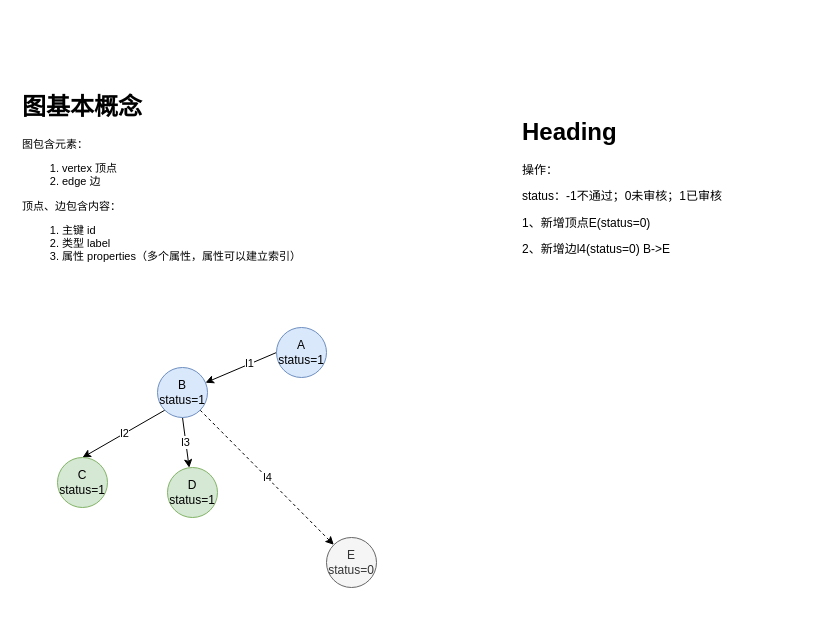
Earlier version of the draw.io diagram graph/graph crud.drawio (diaohancai/diagrams). Source tidied: cells renumbered, new cells numbered last; positions are measured from the earlier drawing's top-left corner, leaving out a move shared by most shapes. Both pictures are drawn from the tidied source at 100%, with x=0, y=0 at pixel (17, 87).
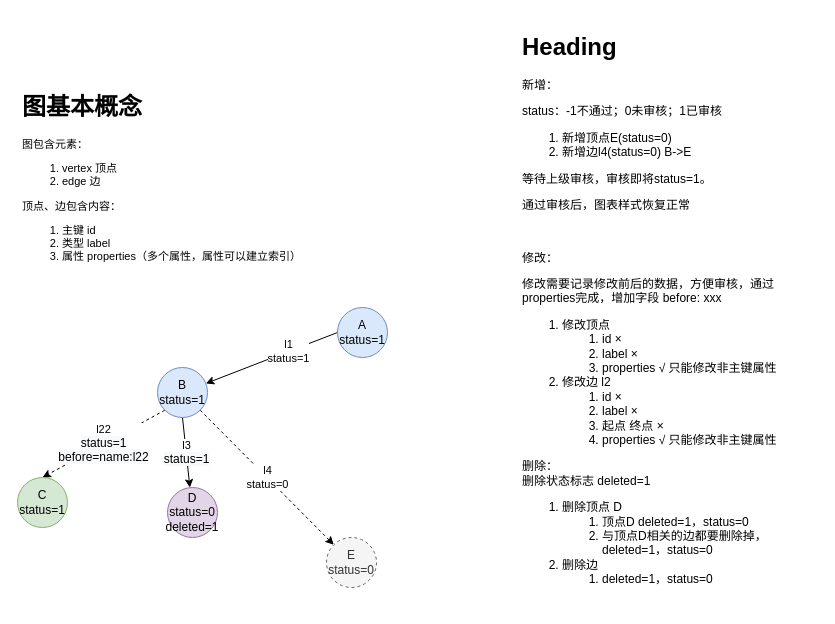
The same page after the edit.

Change to the diagram source:
```diff
@@
 <mxGraphModel>
   <root>
     <mxCell id="0" />
     <mxCell id="1" parent="0" />
-    <mxCell id="2" value="l2" style="rounded=0;jettySize=auto;html=1;exitX=0;exitY=1;exitDx=0;exitDy=0;entryX=0.5;entryY=0;entryDx=0;entryDy=0;" parent="1" edge="1" source="5" target="6">
+    <mxCell id="2" value="l22&lt;br&gt;&lt;span style=&quot;font-size: 12px ; background-color: rgb(248 , 249 , 250)&quot;&gt;status=1&lt;br&gt;before=name:l22&lt;br&gt;&lt;/span&gt;" style="rounded=0;jettySize=auto;html=1;exitX=0;exitY=1;exitDx=0;exitDy=0;entryX=0.5;entryY=0;entryDx=0;entryDy=0;dashed=1;" parent="1" edge="1" source="5" target="6">
       <mxGeometry relative="1" as="geometry" />
     </mxCell>
-    <mxCell id="3" value="l3" style="rounded=0;jettySize=auto;html=1;exitX=0.5;exitY=1;exitDx=0;exitDy=0;" parent="1" edge="1" source="5" target="7">
+    <mxCell id="3" value="l3&lt;br&gt;&lt;span style=&quot;font-size: 12px ; background-color: rgb(248 , 249 , 250)&quot;&gt;status=1&lt;/span&gt;" style="rounded=0;jettySize=auto;html=1;exitX=0.5;exitY=1;exitDx=0;exitDy=0;" parent="1" edge="1" source="5" target="7">
       <mxGeometry relative="1" as="geometry" />
     </mxCell>
-    <mxCell id="4" value="l4" style="edgeStyle=none;rounded=0;jettySize=auto;html=1;exitX=1;exitY=1;exitDx=0;exitDy=0;entryX=0;entryY=0;entryDx=0;entryDy=0;fontSize=11;dashed=1;" parent="1" edge="1" source="5" target="13">
+    <mxCell id="4" value="l4&lt;br&gt;status=0" style="edgeStyle=none;rounded=0;jettySize=auto;html=1;exitX=1;exitY=1;exitDx=0;exitDy=0;entryX=0;entryY=0;entryDx=0;entryDy=0;fontSize=11;dashed=1;" parent="1" edge="1" source="5" target="13">
       <mxGeometry relative="1" as="geometry" />
     </mxCell>
     <mxCell id="5" value="B&lt;br&gt;status=1" style="ellipse;whiteSpace=wrap;html=1;fillColor=#dae8fc;strokeColor=#6c8ebf;" parent="1" vertex="1">
       <mxGeometry x="140" y="280" width="50" height="50" as="geometry" />
     </mxCell>
     <mxCell id="6" value="C&lt;br&gt;status=1" style="ellipse;whiteSpace=wrap;html=1;fillColor=#d5e8d4;strokeColor=#82b366;" parent="1" vertex="1">
-      <mxGeometry x="40" y="370" width="50" height="50" as="geometry" />
+      <mxGeometry y="390" width="50" height="50" as="geometry" />
     </mxCell>
-    <mxCell id="7" value="D&lt;br&gt;status=1" style="ellipse;whiteSpace=wrap;html=1;fillColor=#d5e8d4;strokeColor=#82b366;" parent="1" vertex="1">
-      <mxGeometry x="150" y="380" width="50" height="50" as="geometry" />
+    <mxCell id="7" value="D&lt;br&gt;status=0&lt;br&gt;deleted=1" style="ellipse;whiteSpace=wrap;html=1;fillColor=#e1d5e7;strokeColor=#9673a6;" parent="1" vertex="1">
+      <mxGeometry x="150" y="400" width="50" height="50" as="geometry" />
     </mxCell>
     <mxCell id="8" style="rounded=0;jettySize=auto;html=1;exitX=0;exitY=0.5;exitDx=0;exitDy=0;" parent="1" edge="1" source="10" target="5">
       <mxGeometry relative="1" as="geometry" />
     </mxCell>
-    <mxCell id="9" value="l1" style="edgeLabel;html=1;align=center;verticalAlign=middle;fontSize=11;" parent="8" vertex="1">
+    <mxCell id="9" value="l1&lt;br&gt;status=1" style="edgeLabel;html=1;align=center;verticalAlign=middle;fontSize=11;" parent="8" vertex="1">
       <mxGeometry x="-0.25" y="-1" relative="1" as="geometry" />
     </mxCell>
     <mxCell id="10" value="A&lt;br&gt;status=1" style="ellipse;whiteSpace=wrap;html=1;fillColor=#dae8fc;strokeColor=#6c8ebf;" parent="1" vertex="1">
-      <mxGeometry x="259" y="240" width="50" height="50" as="geometry" />
+      <mxGeometry x="320" y="220" width="50" height="50" as="geometry" />
     </mxCell>
-    <mxCell id="11" value="&lt;h1&gt;Heading&lt;/h1&gt;&lt;p&gt;操作：&lt;/p&gt;&lt;p&gt;status：-1不通过；0未审核；1已审核&lt;/p&gt;&lt;p&gt;1、新增顶点E(status=0)&lt;/p&gt;&lt;p&gt;2、新增边l4(status=0) B-&amp;gt;E&lt;/p&gt;" style="text;html=1;strokeColor=none;fillColor=none;spacing=5;spacingTop=-20;whiteSpace=wrap;overflow=hidden;rounded=0;" parent="1" vertex="1">
-      <mxGeometry x="500" y="25" width="300" height="310" as="geometry" />
+    <mxCell id="11" value="&lt;h1&gt;Heading&lt;/h1&gt;&lt;p&gt;新增：&lt;/p&gt;&lt;p&gt;status：-1不通过；0未审核；1已审核&lt;/p&gt;&lt;p&gt;&lt;/p&gt;&lt;ol&gt;&lt;li&gt;新增顶点E(status=0)&lt;/li&gt;&lt;li&gt;新增边l4(status=0) B-&amp;gt;E&lt;/li&gt;&lt;/ol&gt;&lt;p&gt;&lt;/p&gt;&lt;p&gt;等待上级审核，审核即将status=1。&lt;/p&gt;&lt;p&gt;通过审核后，图表样式恢复正常&lt;/p&gt;&lt;p&gt;&lt;br&gt;&lt;/p&gt;&lt;p&gt;修改：&lt;/p&gt;&lt;p&gt;修改需要记录修改前后的数据，方便审核，通过properties完成，增加字段 before: xxx&lt;/p&gt;&lt;p&gt;&lt;/p&gt;&lt;ol&gt;&lt;li&gt;修改顶点&lt;/li&gt;&lt;ol&gt;&lt;li&gt;id ×&lt;/li&gt;&lt;li&gt;label ×&lt;/li&gt;&lt;li&gt;properties √ 只能修改非主键属性&lt;/li&gt;&lt;/ol&gt;&lt;li&gt;修改边 l2&lt;/li&gt;&lt;ol&gt;&lt;li&gt;id ×&lt;/li&gt;&lt;li&gt;label ×&lt;/li&gt;&lt;li&gt;起点 终点 ×&lt;/li&gt;&lt;li&gt;properties √ 只能修改非主键属性&lt;br&gt;&lt;/li&gt;&lt;/ol&gt;&lt;/ol&gt;&lt;div&gt;删除：&lt;/div&gt;&lt;div&gt;删除状态标志 deleted=1&lt;/div&gt;&lt;div&gt;&lt;ol&gt;&lt;li&gt;删除顶点 D&lt;/li&gt;&lt;ol&gt;&lt;li&gt;顶点D deleted=1，status=0&lt;/li&gt;&lt;li&gt;与顶点D相关的边都要删除掉，deleted=1，status=0&lt;/li&gt;&lt;/ol&gt;&lt;li&gt;删除边&lt;/li&gt;&lt;ol&gt;&lt;li&gt;deleted=1，status=0&lt;/li&gt;&lt;/ol&gt;&lt;/ol&gt;&lt;/div&gt;&lt;p&gt;&lt;/p&gt;&lt;p&gt;&lt;br&gt;&lt;/p&gt;&lt;p&gt;&lt;br&gt;&lt;/p&gt;" style="text;html=1;strokeColor=none;fillColor=none;spacing=5;spacingTop=-20;whiteSpace=wrap;overflow=hidden;rounded=0;" parent="1" vertex="1">
+      <mxGeometry x="500" y="-60" width="300" height="580" as="geometry" />
     </mxCell>
     <mxCell id="12" value="&lt;h1&gt;图基本概念&lt;/h1&gt;&lt;p style=&quot;font-size: 11px&quot;&gt;&lt;font style=&quot;font-size: 11px&quot;&gt;图包含元素：&lt;/font&gt;&lt;/p&gt;&lt;p style=&quot;font-size: 11px&quot;&gt;&lt;/p&gt;&lt;ol style=&quot;font-size: 11px&quot;&gt;&lt;li style=&quot;font-size: 11px&quot;&gt;&lt;font style=&quot;font-size: 11px&quot;&gt;vertex 顶点&lt;/font&gt;&lt;/li&gt;&lt;li style=&quot;font-size: 11px&quot;&gt;&lt;font style=&quot;font-size: 11px&quot;&gt;edge 边&lt;/font&gt;&lt;/li&gt;&lt;/ol&gt;&lt;div style=&quot;font-size: 11px&quot;&gt;&lt;font style=&quot;font-size: 11px&quot;&gt;顶点、边包含内容：&lt;/font&gt;&lt;/div&gt;&lt;div style=&quot;font-size: 11px&quot;&gt;&lt;ol style=&quot;font-size: 11px&quot;&gt;&lt;li style=&quot;font-size: 11px&quot;&gt;&lt;font style=&quot;font-size: 11px&quot;&gt;主键 id&lt;/font&gt;&lt;/li&gt;&lt;li style=&quot;font-size: 11px&quot;&gt;&lt;font style=&quot;font-size: 11px&quot;&gt;类型 label&lt;/font&gt;&lt;/li&gt;&lt;li style=&quot;font-size: 11px&quot;&gt;&lt;font style=&quot;font-size: 11px&quot;&gt;属性 properties（多个属性，属性可以建立索引）&lt;/font&gt;&lt;/li&gt;&lt;/ol&gt;&lt;/div&gt;&lt;p&gt;&lt;/p&gt;" style="text;html=1;strokeColor=none;fillColor=none;spacing=5;spacingTop=-20;whiteSpace=wrap;overflow=hidden;rounded=0;" parent="1" vertex="1">
       <mxGeometry width="330" height="200" as="geometry" />
     </mxCell>
-    <mxCell id="13" value="E&lt;br&gt;status=0" style="ellipse;whiteSpace=wrap;html=1;fillColor=#f5f5f5;fontColor=#333333;strokeColor=#666666;" parent="1" vertex="1">
+    <mxCell id="13" value="E&lt;br&gt;status=0" style="ellipse;whiteSpace=wrap;html=1;fillColor=#f5f5f5;fontColor=#333333;strokeColor=#666666;dashed=1;" parent="1" vertex="1">
       <mxGeometry x="309" y="450" width="50" height="50" as="geometry" />
     </mxCell>
   </root>
 </mxGraphModel>
```
